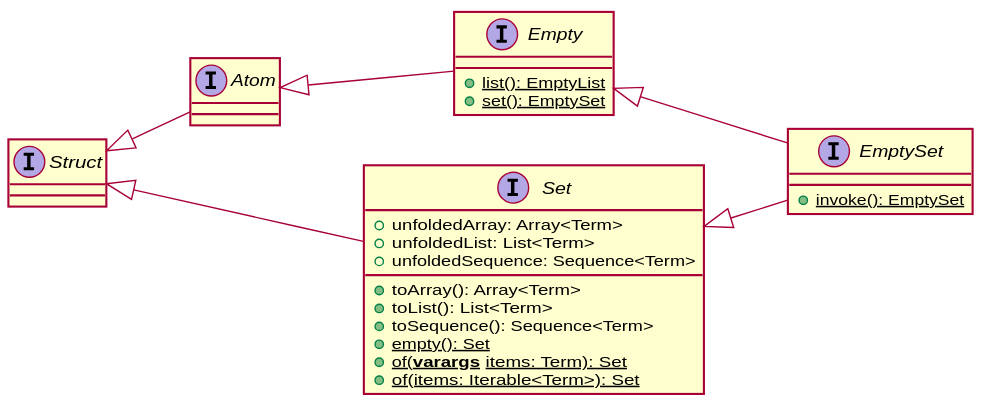
Earlier version of the PlantUML export img/set.svg (gciatto-unibo/2p-kt-presentation). Source of this version:
```plantuml
@startuml
left to right direction
skinparam shadowing false

interface Struct
interface Atom
interface Empty {
  + {static} list(): EmptyList
  + {static} set(): EmptySet
}
interface EmptySet {
  + {static} invoke(): EmptySet
}
interface Set {
  + unfoldedArray: Array<Term>
  + unfoldedList: List<Term>
  + unfoldedSequence: Sequence<Term>
  + toArray(): Array<Term>
  + toList(): List<Term>
  + toSequence(): Sequence<Term>
  + {static} empty(): Set
  + {static} of(**varargs** items: Term): Set
  + {static} of(items: Iterable<Term>): Set
}

Struct <|-- Atom
Struct <|-- Set

Atom <|-- Empty

Empty <|-- EmptySet

Set <|-- EmptySet

@enduml
```
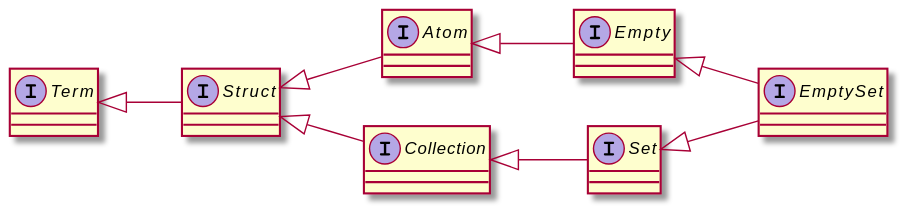
Later version of the same file.

The edit, as a diff of the source:
```diff
@@ -1,35 +1,27 @@
 @startuml
 left to right direction
-skinparam shadowing false
 
+interface Term
+interface Atom
 interface Struct
-interface Atom
+interface Collection
+
 interface Empty {
-  + {static} list(): EmptyList
-  + {static} set(): EmptySet
 }
 interface EmptySet {
-  + {static} invoke(): EmptySet
 }
 interface Set {
-  + unfoldedArray: Array<Term>
-  + unfoldedList: List<Term>
-  + unfoldedSequence: Sequence<Term>
-  + toArray(): Array<Term>
-  + toList(): List<Term>
-  + toSequence(): Sequence<Term>
-  + {static} empty(): Set
-  + {static} of(**varargs** items: Term): Set
-  + {static} of(items: Iterable<Term>): Set
 }
 
+Term <|-- Struct
+Struct <|-- Collection
 Struct <|-- Atom
-Struct <|-- Set
+
+Collection <|-- Set
 
 Atom <|-- Empty
 
 Empty <|-- EmptySet
 
 Set <|-- EmptySet
-
 @enduml
```
